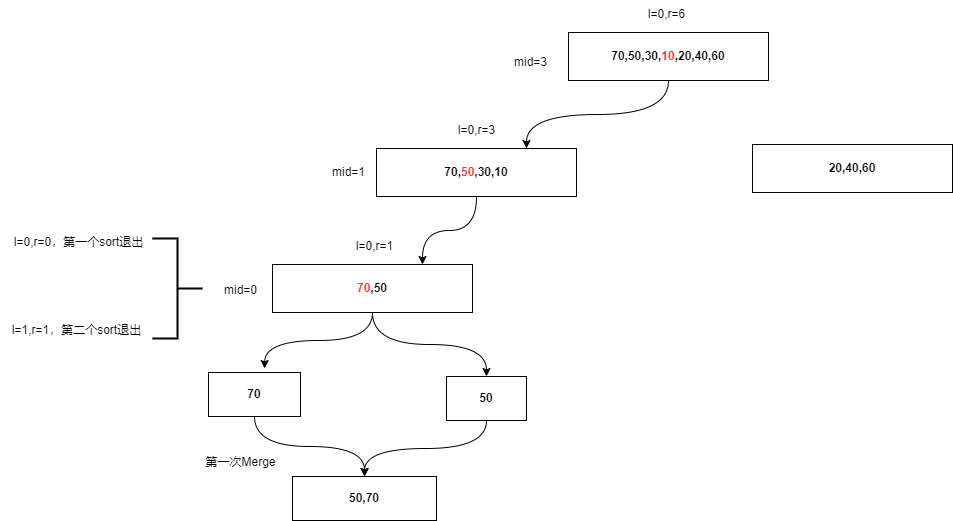
This is AlgorithmsAndDataStructures/归并算法.drawio.png from wjb0823/drawio, a draw.io export, as it was before one commit. Source tidied: cells renumbered, new cells last; positions are measured from the earlier drawing's top-left corner, leaving out a move shared by most shapes.
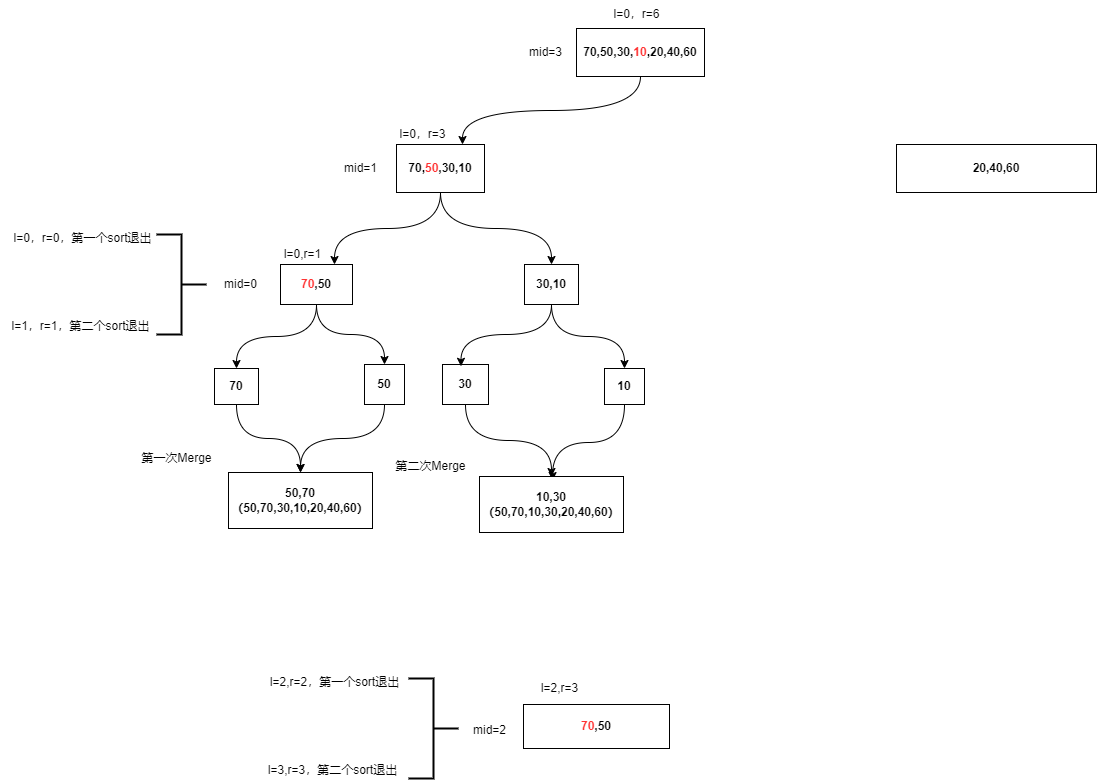
Above is the later version.

Commit message:
更新归并算法.drawio.png

The edit, as a diff of the source:
```diff
@@ -6,60 +6,61 @@
       <mxGeometry relative="1" as="geometry" />
     </mxCell>
     <mxCell id="3" value="&lt;b&gt;70,50,30,&lt;font color=&quot;#ff3333&quot;&gt;10&lt;/font&gt;,20,40,60&lt;/b&gt;" style="rounded=0;whiteSpace=wrap;html=1;" parent="1" vertex="1">
-      <mxGeometry x="568" y="32" width="200" height="48" as="geometry" />
+      <mxGeometry x="640" y="32" width="128" height="48" as="geometry" />
     </mxCell>
     <mxCell id="4" value="&lt;b&gt;20,40,60&lt;/b&gt;" style="rounded=0;whiteSpace=wrap;html=1;" parent="1" vertex="1">
-      <mxGeometry x="752" y="144" width="200" height="48" as="geometry" />
+      <mxGeometry x="960" y="148" width="200" height="48" as="geometry" />
     </mxCell>
-    <mxCell id="5" style="edgeStyle=orthogonalEdgeStyle;rounded=0;jettySize=auto;html=1;entryX=0.75;entryY=0;entryDx=0;entryDy=0;curved=1;" parent="1" edge="1" source="6" target="9">
+    <mxCell id="5" style="edgeStyle=orthogonalEdgeStyle;rounded=0;jettySize=auto;html=1;entryX=0.75;entryY=0;entryDx=0;entryDy=0;curved=1;exitX=0.5;exitY=1;exitDx=0;exitDy=0;" parent="1" edge="1" source="6" target="9">
       <mxGeometry relative="1" as="geometry" />
     </mxCell>
+    <mxCell id="25" style="edgeStyle=orthogonalEdgeStyle;rounded=0;jettySize=auto;html=1;exitX=0.5;exitY=1;exitDx=0;exitDy=0;entryX=0.5;entryY=0;entryDx=0;entryDy=0;curved=1;" parent="1" edge="1" source="6" target="30">
+      <mxGeometry relative="1" as="geometry" />
+    </mxCell>
     <mxCell id="6" value="&lt;b&gt;70,&lt;font color=&quot;#ff3333&quot;&gt;50&lt;/font&gt;,30,10&lt;/b&gt;" style="rounded=0;whiteSpace=wrap;html=1;" parent="1" vertex="1">
-      <mxGeometry x="376" y="148" width="200" height="48" as="geometry" />
+      <mxGeometry x="460" y="148" width="88" height="48" as="geometry" />
     </mxCell>
-    <mxCell id="7" style="edgeStyle=orthogonalEdgeStyle;rounded=0;jettySize=auto;html=1;exitX=0.5;exitY=1;exitDx=0;exitDy=0;curved=1;" parent="1" edge="1" source="9">
-      <mxGeometry relative="1" as="geometry">
-        <mxPoint x="264" y="368" as="targetPoint" />
-      </mxGeometry>
+    <mxCell id="7" style="edgeStyle=orthogonalEdgeStyle;rounded=0;jettySize=auto;html=1;exitX=0.5;exitY=1;exitDx=0;exitDy=0;curved=1;entryX=0.5;entryY=0;entryDx=0;entryDy=0;" parent="1" edge="1" source="9" target="20">
+      <mxGeometry relative="1" as="geometry" />
     </mxCell>
     <mxCell id="8" style="edgeStyle=orthogonalEdgeStyle;rounded=0;jettySize=auto;html=1;exitX=0.5;exitY=1;exitDx=0;exitDy=0;entryX=0.5;entryY=0;entryDx=0;entryDy=0;curved=1;" parent="1" edge="1" source="9" target="22">
       <mxGeometry relative="1" as="geometry" />
     </mxCell>
     <mxCell id="9" value="&lt;b&gt;&lt;font color=&quot;#ff3333&quot;&gt;70&lt;/font&gt;,50&lt;/b&gt;" style="rounded=0;whiteSpace=wrap;html=1;" parent="1" vertex="1">
-      <mxGeometry x="272" y="264" width="200" height="48" as="geometry" />
+      <mxGeometry x="344" y="268" width="72" height="40" as="geometry" />
     </mxCell>
-    <mxCell id="10" value="l=0,r=6" style="text;html=1;align=center;verticalAlign=middle;strokeColor=none;fillColor=none;" parent="1" vertex="1">
-      <mxGeometry x="636" width="60" height="28" as="geometry" />
+    <mxCell id="10" value="l=0，r=6" style="text;html=1;align=center;verticalAlign=middle;strokeColor=none;fillColor=none;" parent="1" vertex="1">
+      <mxGeometry x="666" y="4" width="68" height="28" as="geometry" />
     </mxCell>
     <mxCell id="11" value="mid=3" style="text;html=1;align=center;verticalAlign=middle;strokeColor=none;fillColor=none;" parent="1" vertex="1">
-      <mxGeometry x="502" y="48" width="56" height="28" as="geometry" />
+      <mxGeometry x="581" y="42" width="56" height="28" as="geometry" />
     </mxCell>
-    <mxCell id="12" value="l=0,r=3" style="text;html=1;align=center;verticalAlign=middle;strokeColor=none;fillColor=none;" parent="1" vertex="1">
-      <mxGeometry x="446" y="116" width="60" height="28" as="geometry" />
+    <mxCell id="12" value="l=0，r=3" style="text;html=1;align=center;verticalAlign=middle;strokeColor=none;fillColor=none;" parent="1" vertex="1">
+      <mxGeometry x="452" y="124" width="68" height="28" as="geometry" />
     </mxCell>
     <mxCell id="13" value="mid=1" style="text;html=1;align=center;verticalAlign=middle;strokeColor=none;fillColor=none;" parent="1" vertex="1">
-      <mxGeometry x="320" y="158" width="56" height="28" as="geometry" />
+      <mxGeometry x="396" y="158" width="56" height="28" as="geometry" />
     </mxCell>
     <mxCell id="14" value="l=0,r=1" style="text;html=1;align=center;verticalAlign=middle;strokeColor=none;fillColor=none;" parent="1" vertex="1">
-      <mxGeometry x="344" y="232" width="60" height="28" as="geometry" />
+      <mxGeometry x="336" y="244" width="60" height="28" as="geometry" />
     </mxCell>
     <mxCell id="15" value="mid=0" style="text;html=1;align=center;verticalAlign=middle;strokeColor=none;fillColor=none;" parent="1" vertex="1">
-      <mxGeometry x="212" y="276" width="56" height="28" as="geometry" />
+      <mxGeometry x="276" y="274" width="56" height="28" as="geometry" />
     </mxCell>
     <mxCell id="16" style="strokeWidth=2;html=1;shape=mxgraph.flowchart.annotation_2;align=left;labelPosition=right;rotation=-180;" parent="1" vertex="1">
-      <mxGeometry x="152" y="238" width="50" height="100" as="geometry" />
+      <mxGeometry x="472" y="682" width="50" height="100" as="geometry" />
     </mxCell>
-    <mxCell id="17" value="l=0,r=0，第一个sort退出" style="text;html=1;align=center;verticalAlign=middle;strokeColor=none;fillColor=none;" parent="1" vertex="1">
-      <mxGeometry x="2" y="228" width="152" height="28" as="geometry" />
+    <mxCell id="17" value="l=2,r=2，第一个sort退出" style="text;html=1;align=center;verticalAlign=middle;strokeColor=none;fillColor=none;" parent="1" vertex="1">
+      <mxGeometry x="322" y="672" width="152" height="28" as="geometry" />
     </mxCell>
-    <mxCell id="18" value="l=1,r=1，第二个sort退出" style="text;html=1;align=center;verticalAlign=middle;strokeColor=none;fillColor=none;" parent="1" vertex="1">
-      <mxGeometry y="316" width="152" height="28" as="geometry" />
+    <mxCell id="18" value="l=3,r=3，第二个sort退出" style="text;html=1;align=center;verticalAlign=middle;strokeColor=none;fillColor=none;" parent="1" vertex="1">
+      <mxGeometry x="320" y="760" width="152" height="28" as="geometry" />
     </mxCell>
     <mxCell id="19" style="edgeStyle=orthogonalEdgeStyle;rounded=0;jettySize=auto;html=1;entryX=0.5;entryY=0;entryDx=0;entryDy=0;curved=1;" parent="1" edge="1" source="20" target="23">
       <mxGeometry relative="1" as="geometry" />
     </mxCell>
     <mxCell id="20" value="&lt;b style=&quot;&quot;&gt;70&lt;/b&gt;" style="rounded=0;whiteSpace=wrap;html=1;" parent="1" vertex="1">
-      <mxGeometry x="208" y="372" width="92" height="44" as="geometry" />
+      <mxGeometry x="278" y="372" width="44" height="36" as="geometry" />
     </mxCell>
     <mxCell id="21" style="edgeStyle=orthogonalEdgeStyle;rounded=0;jettySize=auto;html=1;exitX=0.5;exitY=1;exitDx=0;exitDy=0;curved=1;" parent="1" edge="1" source="22">
       <mxGeometry relative="1" as="geometry">
@@ -67,13 +68,60 @@
       </mxGeometry>
     </mxCell>
     <mxCell id="22" value="&lt;b style=&quot;&quot;&gt;50&lt;/b&gt;" style="rounded=0;whiteSpace=wrap;html=1;" parent="1" vertex="1">
-      <mxGeometry x="446" y="376" width="80" height="44" as="geometry" />
+      <mxGeometry x="428" y="368" width="40" height="40" as="geometry" />
     </mxCell>
-    <mxCell id="23" value="&lt;b style=&quot;&quot;&gt;50,70&lt;/b&gt;" style="rounded=0;whiteSpace=wrap;html=1;" parent="1" vertex="1">
-      <mxGeometry x="292" y="476" width="144" height="44" as="geometry" />
+    <mxCell id="23" value="&lt;b style=&quot;&quot;&gt;50,70&lt;br&gt;&lt;/b&gt;&lt;b style=&quot;border-color: var(--border-color);&quot;&gt;（50,70,30,&lt;font style=&quot;border-color: var(--border-color);&quot;&gt;10&lt;/font&gt;,20,40,60）&lt;/b&gt;&lt;b style=&quot;&quot;&gt;&lt;br&gt;&lt;/b&gt;" style="rounded=0;whiteSpace=wrap;html=1;" parent="1" vertex="1">
+      <mxGeometry x="292" y="476" width="144" height="56" as="geometry" />
     </mxCell>
     <mxCell id="24" value="第一次Merge" style="text;html=1;align=center;verticalAlign=middle;strokeColor=none;fillColor=none;" parent="1" vertex="1">
       <mxGeometry x="194" y="448" width="92" height="28" as="geometry" />
     </mxCell>
+    <mxCell id="26" value="&lt;b&gt;&lt;font color=&quot;#ff3333&quot;&gt;70&lt;/font&gt;,50&lt;/b&gt;" style="rounded=0;whiteSpace=wrap;html=1;" parent="1" vertex="1">
+      <mxGeometry x="587" y="708" width="146" height="44" as="geometry" />
+    </mxCell>
+    <mxCell id="27" value="l=2,r=3" style="text;html=1;align=center;verticalAlign=middle;strokeColor=none;fillColor=none;" parent="1" vertex="1">
+      <mxGeometry x="593" y="678" width="60" height="28" as="geometry" />
+    </mxCell>
+    <mxCell id="28" value="mid=2" style="text;html=1;align=center;verticalAlign=middle;strokeColor=none;fillColor=none;" parent="1" vertex="1">
+      <mxGeometry x="525" y="720" width="56" height="28" as="geometry" />
+    </mxCell>
+    <mxCell id="29" style="edgeStyle=orthogonalEdgeStyle;rounded=0;jettySize=auto;html=1;exitX=0.5;exitY=1;exitDx=0;exitDy=0;entryX=0.5;entryY=0;entryDx=0;entryDy=0;curved=1;" parent="1" edge="1" source="30" target="34">
+      <mxGeometry relative="1" as="geometry" />
+    </mxCell>
+    <mxCell id="30" value="&lt;b style=&quot;&quot;&gt;30,10&lt;/b&gt;" style="rounded=0;whiteSpace=wrap;html=1;" parent="1" vertex="1">
+      <mxGeometry x="588" y="268" width="54" height="40" as="geometry" />
+    </mxCell>
+    <mxCell id="31" style="edgeStyle=orthogonalEdgeStyle;rounded=0;jettySize=auto;html=1;exitX=0.5;exitY=1;exitDx=0;exitDy=0;curved=1;" parent="1" edge="1" source="32" target="36">
+      <mxGeometry relative="1" as="geometry" />
+    </mxCell>
+    <mxCell id="32" value="&lt;b style=&quot;&quot;&gt;30&lt;/b&gt;" style="rounded=0;whiteSpace=wrap;html=1;" parent="1" vertex="1">
+      <mxGeometry x="506" y="368" width="46" height="40" as="geometry" />
+    </mxCell>
+    <mxCell id="33" style="edgeStyle=orthogonalEdgeStyle;rounded=0;jettySize=auto;html=1;exitX=0.5;exitY=1;exitDx=0;exitDy=0;curved=1;" parent="1" edge="1" source="34">
+      <mxGeometry relative="1" as="geometry">
+        <mxPoint x="616" y="484" as="targetPoint" />
+      </mxGeometry>
+    </mxCell>
+    <mxCell id="34" value="&lt;b style=&quot;&quot;&gt;10&lt;/b&gt;" style="rounded=0;whiteSpace=wrap;html=1;" parent="1" vertex="1">
+      <mxGeometry x="668" y="372" width="40" height="36" as="geometry" />
+    </mxCell>
+    <mxCell id="35" style="edgeStyle=orthogonalEdgeStyle;rounded=0;jettySize=auto;html=1;exitX=0.5;exitY=1;exitDx=0;exitDy=0;entryX=0.402;entryY=0.045;entryDx=0;entryDy=0;entryPerimeter=0;curved=1;" parent="1" edge="1" source="30" target="32">
+      <mxGeometry relative="1" as="geometry" />
+    </mxCell>
+    <mxCell id="36" value="&lt;b style=&quot;&quot;&gt;10,30&lt;br&gt;&lt;/b&gt;&lt;b style=&quot;border-color: var(--border-color);&quot;&gt;（50,70,10,3&lt;font style=&quot;border-color: var(--border-color);&quot;&gt;0&lt;/font&gt;,20,40,60）&lt;/b&gt;&lt;b style=&quot;&quot;&gt;&lt;br&gt;&lt;/b&gt;" style="rounded=0;whiteSpace=wrap;html=1;" parent="1" vertex="1">
+      <mxGeometry x="543" y="480" width="144" height="56" as="geometry" />
+    </mxCell>
+    <mxCell id="37" value="第二次Merge" style="text;html=1;align=center;verticalAlign=middle;strokeColor=none;fillColor=none;" parent="1" vertex="1">
+      <mxGeometry x="448" y="456" width="92" height="28" as="geometry" />
+    </mxCell>
+    <mxCell id="38" style="strokeWidth=2;html=1;shape=mxgraph.flowchart.annotation_2;align=left;labelPosition=right;rotation=-180;" parent="1" vertex="1">
+      <mxGeometry x="220" y="238" width="50" height="100" as="geometry" />
+    </mxCell>
+    <mxCell id="39" value="l=0，r=0，第一个sort退出" style="text;html=1;align=center;verticalAlign=middle;strokeColor=none;fillColor=none;" parent="1" vertex="1">
+      <mxGeometry x="66" y="228" width="160" height="28" as="geometry" />
+    </mxCell>
+    <mxCell id="40" value="l=1，r=1，第二个sort退出" style="text;html=1;align=center;verticalAlign=middle;strokeColor=none;fillColor=none;" parent="1" vertex="1">
+      <mxGeometry x="64" y="316" width="160" height="28" as="geometry" />
+    </mxCell>
   </root>
 </mxGraphModel>
```
